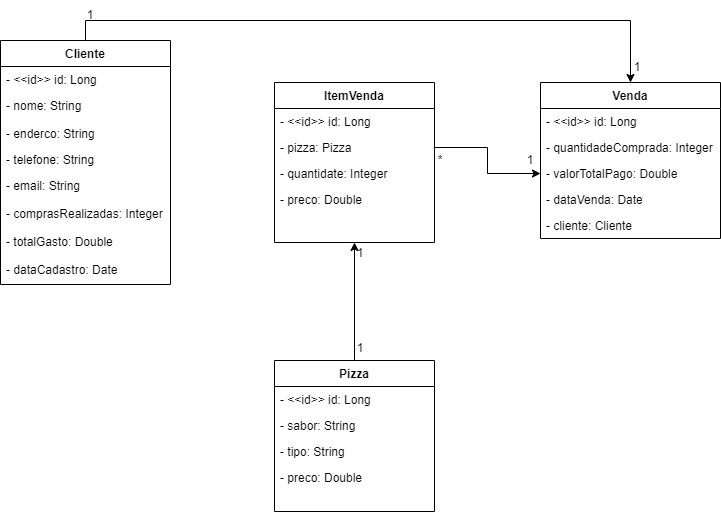
alexeydf/becaDesafioAlexey keeps this draw.io diagram as img/modelo01.png. Above is the earlier version. Source tidied: cells renumbered, new cells last; positions are measured from the earlier drawing's top-left corner, leaving out a move shared by most shapes.
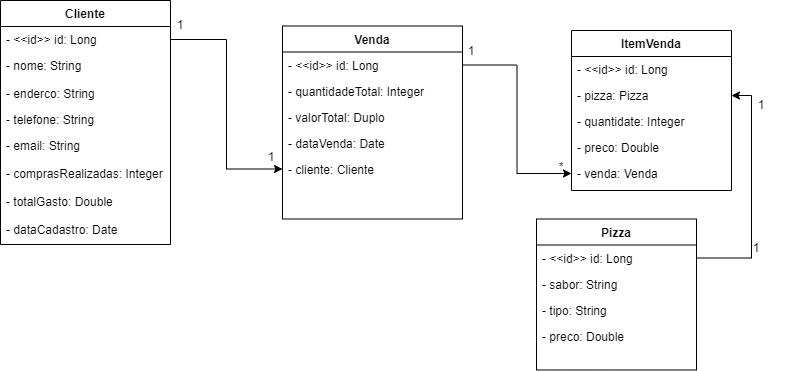
Later version of the same file.

Diff of the diagram source:
```diff
@@ -2,16 +2,8 @@
   <root>
     <mxCell id="0" />
     <mxCell id="1" parent="0" />
-    <mxCell id="2" style="edgeStyle=orthogonalEdgeStyle;rounded=0;jettySize=auto;html=1;entryX=0.5;entryY=0;entryDx=0;entryDy=0;" parent="1" edge="1" source="3" target="12">
-      <mxGeometry relative="1" as="geometry">
-        <Array as="points">
-          <mxPoint x="85" y="20" />
-          <mxPoint x="630" y="20" />
-        </Array>
-      </mxGeometry>
-    </mxCell>
     <mxCell id="3" value="Cliente" style="swimlane;fontStyle=1;align=center;verticalAlign=top;horizontal=1;startSize=26;rounded=0;shadow=0;strokeWidth=1;" parent="1" vertex="1">
-      <mxGeometry y="40" width="170" height="244" as="geometry" />
+      <mxGeometry x="-157" y="42" width="170" height="244" as="geometry" />
     </mxCell>
     <mxCell id="4" value="- &lt;&lt;id&gt;&gt; id: Long" style="text;align=left;verticalAlign=top;spacingLeft=4;spacingRight=4;overflow=hidden;points=[[0,0.5],[1,0.5]];portConstraint=eastwest;" parent="3" vertex="1">
       <mxGeometry y="26" width="170" height="26" as="geometry" />
@@ -38,15 +30,15 @@
       <mxGeometry y="216" width="170" height="28" as="geometry" />
     </mxCell>
     <mxCell id="12" value="Venda" style="swimlane;fontStyle=1;align=center;verticalAlign=top;horizontal=1;startSize=26;rounded=0;shadow=0;strokeWidth=1;" parent="1" vertex="1">
-      <mxGeometry x="540" y="82" width="180" height="156" as="geometry" />
+      <mxGeometry x="125" y="67.5" width="180" height="193" as="geometry" />
     </mxCell>
     <mxCell id="13" value="- &lt;&lt;id&gt;&gt; id: Long" style="text;align=left;verticalAlign=top;spacingLeft=4;spacingRight=4;overflow=hidden;points=[[0,0.5],[1,0.5]];portConstraint=eastwest;" parent="12" vertex="1">
       <mxGeometry y="26" width="180" height="26" as="geometry" />
     </mxCell>
-    <mxCell id="14" value="- quantidadeComprada: Integer" style="text;align=left;verticalAlign=top;spacingLeft=4;spacingRight=4;overflow=hidden;rounded=0;shadow=0;html=0;" parent="12" vertex="1">
+    <mxCell id="14" value="- quantidadeTotal: Integer" style="text;align=left;verticalAlign=top;spacingLeft=4;spacingRight=4;overflow=hidden;rounded=0;shadow=0;html=0;" parent="12" vertex="1">
       <mxGeometry y="52" width="180" height="26" as="geometry" />
     </mxCell>
-    <mxCell id="15" value="- valorTotalPago: Double" style="text;align=left;verticalAlign=top;spacingLeft=4;spacingRight=4;overflow=hidden;points=[[0,0.5],[1,0.5]];portConstraint=eastwest;fontStyle=0;" parent="12" vertex="1">
+    <mxCell id="15" value="- valorTotal: Duplo" style="text;align=left;verticalAlign=top;spacingLeft=4;spacingRight=4;overflow=hidden;points=[[0,0.5],[1,0.5]];portConstraint=eastwest;fontStyle=0;" parent="12" vertex="1">
       <mxGeometry y="78" width="180" height="26" as="geometry" />
     </mxCell>
     <mxCell id="16" value="- dataVenda: Date" style="text;align=left;verticalAlign=top;spacingLeft=4;spacingRight=4;overflow=hidden;" parent="12" vertex="1">
@@ -56,7 +48,7 @@
       <mxGeometry y="130" width="180" height="26" as="geometry" />
     </mxCell>
     <mxCell id="18" value="Pizza" style="swimlane;fontStyle=1;align=center;verticalAlign=top;horizontal=1;startSize=26;rounded=0;shadow=0;strokeWidth=1;" parent="1" vertex="1">
-      <mxGeometry x="274" y="360" width="160" height="151" as="geometry" />
+      <mxGeometry x="379" y="260.5" width="160" height="151" as="geometry" />
     </mxCell>
     <mxCell id="19" value="- &lt;&lt;id&gt;&gt; id: Long" style="text;align=left;verticalAlign=top;spacingLeft=4;spacingRight=4;overflow=hidden;points=[[0,0.5],[1,0.5]];portConstraint=eastwest;" parent="18" vertex="1">
       <mxGeometry y="26" width="160" height="26" as="geometry" />
@@ -70,11 +62,8 @@
     <mxCell id="22" value="- preco: Double" style="text;align=left;verticalAlign=top;spacingLeft=4;spacingRight=4;overflow=hidden;" parent="18" vertex="1">
       <mxGeometry y="104" width="160" height="26" as="geometry" />
     </mxCell>
-    <mxCell id="23" style="edgeStyle=orthogonalEdgeStyle;rounded=0;jettySize=auto;html=1;exitX=0.5;exitY=0;exitDx=0;exitDy=0;" parent="1" edge="1" source="18" target="24">
-      <mxGeometry relative="1" as="geometry" />
-    </mxCell>
     <mxCell id="24" value="ItemVenda" style="swimlane;fontStyle=1;align=center;verticalAlign=top;horizontal=1;startSize=26;rounded=0;shadow=0;strokeWidth=1;" parent="1" vertex="1">
-      <mxGeometry x="274" y="82" width="160" height="160" as="geometry" />
+      <mxGeometry x="414" y="72" width="160" height="160" as="geometry" />
     </mxCell>
     <mxCell id="25" value="- &lt;&lt;id&gt;&gt; id: Long" style="text;align=left;verticalAlign=top;spacingLeft=4;spacingRight=4;overflow=hidden;" parent="24" vertex="1">
       <mxGeometry y="26" width="160" height="26" as="geometry" />
@@ -88,26 +77,35 @@
     <mxCell id="28" value="- preco: Double" style="text;align=left;verticalAlign=top;spacingLeft=4;spacingRight=4;overflow=hidden;rounded=0;shadow=0;html=0;" parent="24" vertex="1">
       <mxGeometry y="104" width="160" height="26" as="geometry" />
     </mxCell>
-    <mxCell id="29" style="edgeStyle=orthogonalEdgeStyle;rounded=0;jettySize=auto;html=1;entryX=0;entryY=0.5;entryDx=0;entryDy=0;" parent="1" edge="1" source="26" target="15">
-      <mxGeometry relative="1" as="geometry" />
-    </mxCell>
+    <mxCell id="36" value="- venda: Venda" style="text;align=left;verticalAlign=top;spacingLeft=4;spacingRight=4;overflow=hidden;points=[[0,0.5],[1,0.5]];portConstraint=eastwest;rounded=0;shadow=0;html=0;" parent="24" vertex="1">
+      <mxGeometry y="130" width="160" height="26" as="geometry" />
+    </mxCell>
     <mxCell id="30" value="*" style="text;html=1;strokeColor=none;fillColor=none;align=center;verticalAlign=middle;whiteSpace=wrap;rounded=0;" parent="1" vertex="1">
-      <mxGeometry x="410" y="145" width="60" height="30" as="geometry" />
+      <mxGeometry x="374" y="194" width="60" height="30" as="geometry" />
     </mxCell>
     <mxCell id="31" value="1" style="text;html=1;strokeColor=none;fillColor=none;align=center;verticalAlign=middle;whiteSpace=wrap;rounded=0;" parent="1" vertex="1">
-      <mxGeometry x="500" y="145" width="60" height="30" as="geometry" />
+      <mxGeometry x="284" y="78" width="60" height="30" as="geometry" />
     </mxCell>
     <mxCell id="32" value="1" style="text;html=1;strokeColor=none;fillColor=none;align=center;verticalAlign=middle;whiteSpace=wrap;rounded=0;" parent="1" vertex="1">
-      <mxGeometry x="330" y="238" width="60" height="30" as="geometry" />
+      <mxGeometry x="574" y="132" width="60" height="30" as="geometry" />
     </mxCell>
     <mxCell id="33" value="1" style="text;html=1;strokeColor=none;fillColor=none;align=center;verticalAlign=middle;whiteSpace=wrap;rounded=0;" parent="1" vertex="1">
-      <mxGeometry x="630" y="52" width="14" height="30" as="geometry" />
+      <mxGeometry x="16" y="52" width="14" height="30" as="geometry" />
     </mxCell>
     <mxCell id="34" value="1" style="text;html=1;strokeColor=none;fillColor=none;align=center;verticalAlign=middle;whiteSpace=wrap;rounded=0;" parent="1" vertex="1">
-      <mxGeometry x="60" width="60" height="30" as="geometry" />
+      <mxGeometry x="84" y="184" width="60" height="30" as="geometry" />
     </mxCell>
     <mxCell id="35" value="1" style="text;html=1;strokeColor=none;fillColor=none;align=center;verticalAlign=middle;whiteSpace=wrap;rounded=0;" parent="1" vertex="1">
-      <mxGeometry x="330" y="333" width="60" height="30" as="geometry" />
+      <mxGeometry x="569" y="275" width="60" height="30" as="geometry" />
     </mxCell>
+    <mxCell id="37" style="edgeStyle=orthogonalEdgeStyle;rounded=0;jettySize=auto;html=1;" parent="1" edge="1" source="4" target="17">
+      <mxGeometry relative="1" as="geometry" />
+    </mxCell>
+    <mxCell id="38" style="edgeStyle=orthogonalEdgeStyle;rounded=0;jettySize=auto;html=1;entryX=1;entryY=0.5;entryDx=0;entryDy=0;" parent="1" edge="1" source="19" target="26">
+      <mxGeometry relative="1" as="geometry" />
+    </mxCell>
+    <mxCell id="39" style="edgeStyle=orthogonalEdgeStyle;rounded=0;jettySize=auto;html=1;" parent="1" edge="1" source="13" target="36">
+      <mxGeometry relative="1" as="geometry" />
+    </mxCell>
   </root>
 </mxGraphModel>
```
